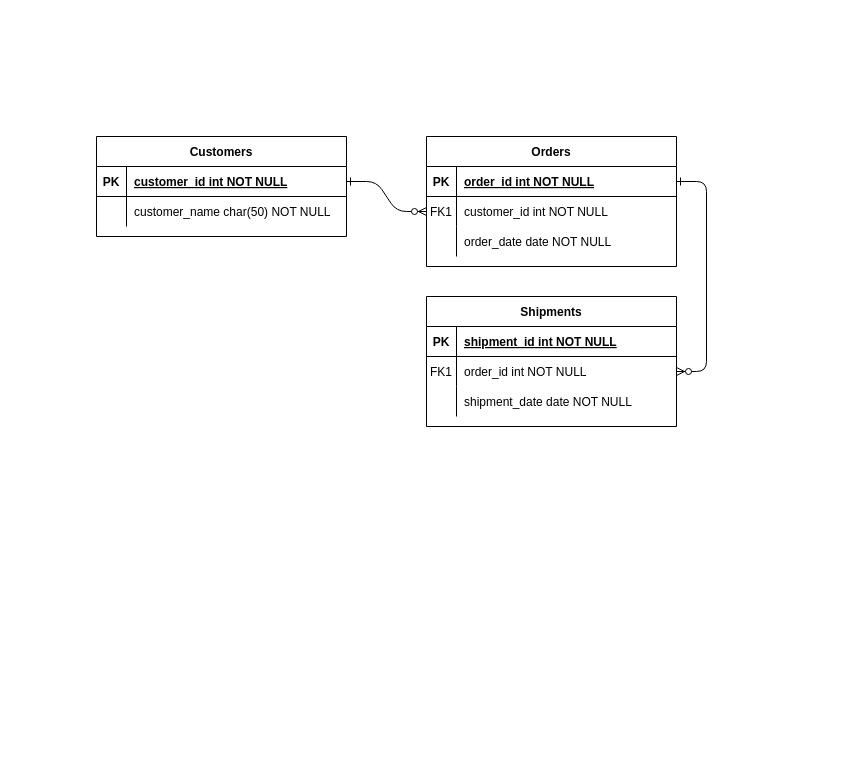
Before: Untitled Diagram.drawio in rubeniriso/gym-app-backend, a draw.io diagram. Source tidied: cells renumbered, new cells numbered last; positions are measured from the earlier drawing's top-left corner, leaving out a move shared by most shapes. Both pictures are drawn from the tidied source at 100%, with x=0, y=0 at pixel (96, 136).
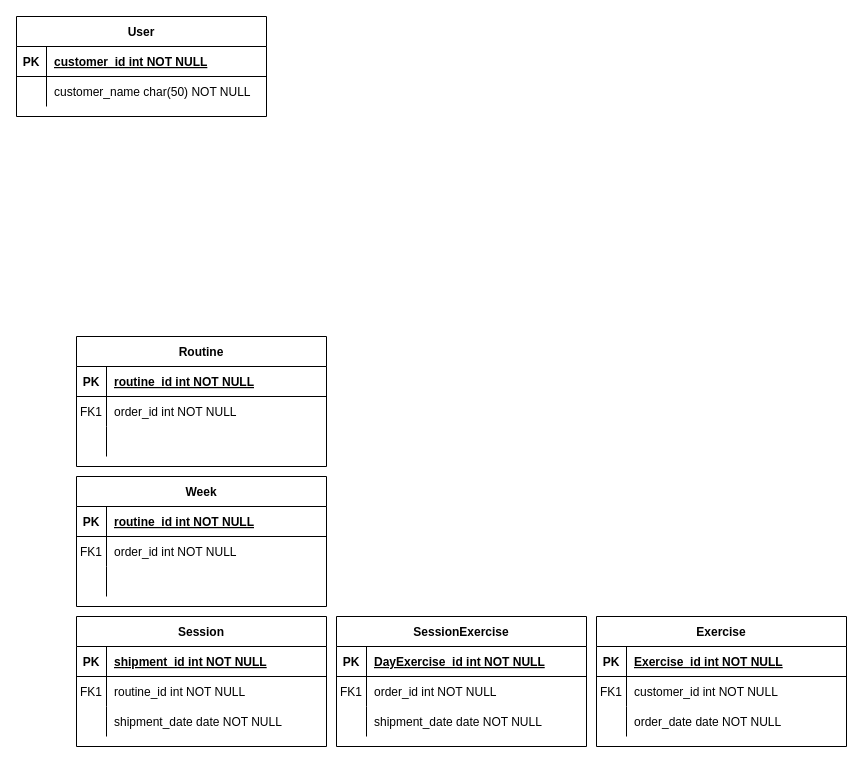
The same diagram, later.

The change refers to these unchanged cells:
```xml
<mxCell id="5" style="shape=partialRectangle;fillColor=none;points=[[0,0.5],[1,0.5]];portConstraint=eastwest;top=0;left=0;right=0;bottom=1;" parent="4" vertex="1">
  <mxGeometry y="30" width="250" height="30" as="geometry" />
</mxCell>
<mxCell id="8" style="shape=partialRectangle;fillColor=none;points=[[0,0.5],[1,0.5]];portConstraint=eastwest;top=0;left=0;right=0;bottom=0;" parent="4" vertex="1">
  <mxGeometry y="60" width="250" height="30" as="geometry" />
</mxCell>
<mxCell id="15" style="shape=partialRectangle;fillColor=none;top=0;left=0;right=0;bottom=1;" parent="14" vertex="1">
  <mxGeometry y="30" width="250" height="30" as="geometry" />
</mxCell>
<mxCell id="18" style="shape=partialRectangle;fillColor=none;points=[[0,0.5],[1,0.5]];portConstraint=eastwest;top=0;left=0;right=0;bottom=0;" parent="14" vertex="1">
  <mxGeometry y="60" width="250" height="30" as="geometry" />
</mxCell>
<mxCell id="21" style="shape=partialRectangle;fillColor=none;top=0;left=0;right=0;bottom=0;" parent="14" vertex="1">
  <mxGeometry y="90" width="250" height="30" as="geometry" />
</mxCell>
<mxCell id="25" style="shape=partialRectangle;fillColor=none;points=[[0,0.5],[1,0.5]];portConstraint=eastwest;top=0;left=0;right=0;bottom=1;" parent="24" vertex="1">
  <mxGeometry y="30" width="250" height="30" as="geometry" />
</mxCell>
```

What changed in the source:
```diff
@@
-    <mxCell id="2" style="edgeStyle=entityRelationEdgeStyle;endArrow=ERzeroToMany;startArrow=ERone;endFill=1;startFill=0;" parent="1" edge="1" source="25" target="8">
-      <mxGeometry relative="1" as="geometry" />
-    </mxCell>
-    <mxCell id="3" style="edgeStyle=entityRelationEdgeStyle;endArrow=ERzeroToMany;startArrow=ERone;endFill=1;startFill=0;" parent="1" edge="1" source="5" target="18">
-      <mxGeometry relative="1" as="geometry" />
-    </mxCell>
-    <mxCell id="4" value="Orders" style="shape=table;startSize=30;childLayout=tableLayout;rowLines=0;fontStyle=1;align=center;" parent="1" vertex="1">
-      <mxGeometry x="330" width="250" height="130" as="geometry" />
+    <mxCell id="4" value="Exercise" style="shape=table;startSize=30;childLayout=tableLayout;rowLines=0;fontStyle=1;align=center;" parent="1" vertex="1">
+      <mxGeometry x="500" y="480" width="250" height="130" as="geometry" />
     </mxCell>
@@
-    <mxCell id="7" value="order_id int NOT NULL " style="shape=partialRectangle;overflow=hidden;fillColor=none;top=0;left=0;bottom=0;right=0;align=left;spacingLeft=6;fontStyle=5;" parent="5" vertex="1">
+    <mxCell id="7" value="Exercise_id int NOT NULL " style="shape=partialRectangle;overflow=hidden;fillColor=none;top=0;left=0;bottom=0;right=0;align=left;spacingLeft=6;fontStyle=5;" parent="5" vertex="1">
       <mxGeometry x="30" width="220" height="30" as="geometry" />
     </mxCell>
@@
-    <mxCell id="14" value="Shipments" style="shape=table;startSize=30;childLayout=tableLayout;rowLines=0;fontStyle=1;align=center;" parent="1" vertex="1">
-      <mxGeometry x="330" y="160" width="250" height="130" as="geometry" />
+    <mxCell id="14" value="Routine" style="shape=table;startSize=30;childLayout=tableLayout;rowLines=0;fontStyle=1;align=center;" parent="1" vertex="1">
+      <mxGeometry x="-20" y="200" width="250" height="130" as="geometry" />
     </mxCell>
@@
-    <mxCell id="17" value="shipment_id int NOT NULL " style="shape=partialRectangle;overflow=hidden;fillColor=none;top=0;left=0;bottom=0;right=0;align=left;spacingLeft=6;fontStyle=5;" parent="15" vertex="1">
+    <mxCell id="17" value="routine_id int NOT NULL " style="shape=partialRectangle;overflow=hidden;fillColor=none;top=0;left=0;bottom=0;right=0;align=left;spacingLeft=6;fontStyle=5;" parent="15" vertex="1">
       <mxGeometry x="30" width="220" height="30" as="geometry" />
     </mxCell>
@@
-    <mxCell id="23" value="shipment_date date NOT NULL" style="shape=partialRectangle;overflow=hidden;fillColor=none;top=0;left=0;bottom=0;right=0;align=left;spacingLeft=6;" parent="21" vertex="1">
+    <mxCell id="23" style="shape=partialRectangle;overflow=hidden;fillColor=none;top=0;left=0;bottom=0;right=0;align=left;spacingLeft=6;" parent="21" vertex="1">
       <mxGeometry x="30" width="220" height="30" as="geometry" />
     </mxCell>
-    <mxCell id="24" value="Customers" style="shape=table;startSize=30;childLayout=tableLayout;rowLines=0;fontStyle=1;align=center;" parent="1" vertex="1">
-      <mxGeometry width="250" height="100" as="geometry" />
+    <mxCell id="24" value="User" style="shape=table;startSize=30;childLayout=tableLayout;rowLines=0;fontStyle=1;align=center;" parent="1" vertex="1">
+      <mxGeometry x="-80" y="-120" width="250" height="100" as="geometry" />
     </mxCell>
@@
+    <mxCell id="31" value="Session" style="shape=table;startSize=30;childLayout=tableLayout;rowLines=0;fontStyle=1;align=center;" parent="1" vertex="1">
+      <mxGeometry x="-20" y="480" width="250" height="130" as="geometry" />
+    </mxCell>
+    <mxCell id="32" style="shape=partialRectangle;fillColor=none;top=0;left=0;right=0;bottom=1;" parent="31" vertex="1">
+      <mxGeometry y="30" width="250" height="30" as="geometry" />
+    </mxCell>
+    <mxCell id="33" value="PK" style="shape=partialRectangle;overflow=hidden;fillColor=none;top=0;left=0;bottom=0;right=0;fontStyle=1;" parent="32" vertex="1">
+      <mxGeometry width="30" height="30" as="geometry" />
+    </mxCell>
+    <mxCell id="34" value="shipment_id int NOT NULL " style="shape=partialRectangle;overflow=hidden;fillColor=none;top=0;left=0;bottom=0;right=0;align=left;spacingLeft=6;fontStyle=5;" parent="32" vertex="1">
+      <mxGeometry x="30" width="220" height="30" as="geometry" />
+    </mxCell>
+    <mxCell id="35" style="shape=partialRectangle;fillColor=none;top=0;left=0;right=0;bottom=0;" parent="31" vertex="1">
+      <mxGeometry y="60" width="250" height="30" as="geometry" />
+    </mxCell>
+    <mxCell id="36" value="FK1" style="shape=partialRectangle;overflow=hidden;fillColor=none;top=0;left=0;bottom=0;right=0;" parent="35" vertex="1">
+      <mxGeometry width="30" height="30" as="geometry" />
+    </mxCell>
+    <mxCell id="37" value="routine_id int NOT NULL" style="shape=partialRectangle;overflow=hidden;fillColor=none;top=0;left=0;bottom=0;right=0;align=left;spacingLeft=6;" parent="35" vertex="1">
+      <mxGeometry x="30" width="220" height="30" as="geometry" />
+    </mxCell>
+    <mxCell id="38" style="shape=partialRectangle;fillColor=none;top=0;left=0;right=0;bottom=0;" parent="31" vertex="1">
+      <mxGeometry y="90" width="250" height="30" as="geometry" />
+    </mxCell>
+    <mxCell id="39" style="shape=partialRectangle;overflow=hidden;fillColor=none;top=0;left=0;bottom=0;right=0;" parent="38" vertex="1">
+      <mxGeometry width="30" height="30" as="geometry" />
+    </mxCell>
+    <mxCell id="40" value="shipment_date date NOT NULL" style="shape=partialRectangle;overflow=hidden;fillColor=none;top=0;left=0;bottom=0;right=0;align=left;spacingLeft=6;" parent="38" vertex="1">
+      <mxGeometry x="30" width="220" height="30" as="geometry" />
+    </mxCell>
+    <mxCell id="41" value="SessionExercise" style="shape=table;startSize=30;childLayout=tableLayout;rowLines=0;fontStyle=1;align=center;" parent="1" vertex="1">
+      <mxGeometry x="240" y="480" width="250" height="130" as="geometry" />
+    </mxCell>
+    <mxCell id="42" style="shape=partialRectangle;fillColor=none;top=0;left=0;right=0;bottom=1;" parent="41" vertex="1">
+      <mxGeometry y="30" width="250" height="30" as="geometry" />
+    </mxCell>
+    <mxCell id="43" value="PK" style="shape=partialRectangle;overflow=hidden;fillColor=none;top=0;left=0;bottom=0;right=0;fontStyle=1;" parent="42" vertex="1">
+      <mxGeometry width="30" height="30" as="geometry" />
+    </mxCell>
+    <mxCell id="44" value="DayExercise_id int NOT NULL " style="shape=partialRectangle;overflow=hidden;fillColor=none;top=0;left=0;bottom=0;right=0;align=left;spacingLeft=6;fontStyle=5;" parent="42" vertex="1">
+      <mxGeometry x="30" width="220" height="30" as="geometry" />
+    </mxCell>
+    <mxCell id="45" style="shape=partialRectangle;fillColor=none;top=0;left=0;right=0;bottom=0;" parent="41" vertex="1">
+      <mxGeometry y="60" width="250" height="30" as="geometry" />
+    </mxCell>
+    <mxCell id="46" value="FK1" style="shape=partialRectangle;overflow=hidden;fillColor=none;top=0;left=0;bottom=0;right=0;" parent="45" vertex="1">
+      <mxGeometry width="30" height="30" as="geometry" />
+    </mxCell>
+    <mxCell id="47" value="order_id int NOT NULL" style="shape=partialRectangle;overflow=hidden;fillColor=none;top=0;left=0;bottom=0;right=0;align=left;spacingLeft=6;" parent="45" vertex="1">
+      <mxGeometry x="30" width="220" height="30" as="geometry" />
+    </mxCell>
+    <mxCell id="48" style="shape=partialRectangle;fillColor=none;top=0;left=0;right=0;bottom=0;" parent="41" vertex="1">
+      <mxGeometry y="90" width="250" height="30" as="geometry" />
+    </mxCell>
+    <mxCell id="49" style="shape=partialRectangle;overflow=hidden;fillColor=none;top=0;left=0;bottom=0;right=0;" parent="48" vertex="1">
+      <mxGeometry width="30" height="30" as="geometry" />
+    </mxCell>
+    <mxCell id="50" value="shipment_date date NOT NULL" style="shape=partialRectangle;overflow=hidden;fillColor=none;top=0;left=0;bottom=0;right=0;align=left;spacingLeft=6;" parent="48" vertex="1">
+      <mxGeometry x="30" width="220" height="30" as="geometry" />
+    </mxCell>
+    <mxCell id="51" value="Week" style="shape=table;startSize=30;childLayout=tableLayout;rowLines=0;fontStyle=1;align=center;" parent="1" vertex="1">
+      <mxGeometry x="-20" y="340" width="250" height="130" as="geometry" />
+    </mxCell>
+    <mxCell id="52" style="shape=partialRectangle;fillColor=none;top=0;left=0;right=0;bottom=1;" parent="51" vertex="1">
+      <mxGeometry y="30" width="250" height="30" as="geometry" />
+    </mxCell>
+    <mxCell id="53" value="PK" style="shape=partialRectangle;overflow=hidden;fillColor=none;top=0;left=0;bottom=0;right=0;fontStyle=1;" parent="52" vertex="1">
+      <mxGeometry width="30" height="30" as="geometry" />
+    </mxCell>
+    <mxCell id="54" value="routine_id int NOT NULL " style="shape=partialRectangle;overflow=hidden;fillColor=none;top=0;left=0;bottom=0;right=0;align=left;spacingLeft=6;fontStyle=5;" parent="52" vertex="1">
+      <mxGeometry x="30" width="220" height="30" as="geometry" />
+    </mxCell>
+    <mxCell id="55" style="shape=partialRectangle;fillColor=none;top=0;left=0;right=0;bottom=0;" parent="51" vertex="1">
+      <mxGeometry y="60" width="250" height="30" as="geometry" />
+    </mxCell>
+    <mxCell id="56" value="FK1" style="shape=partialRectangle;overflow=hidden;fillColor=none;top=0;left=0;bottom=0;right=0;" parent="55" vertex="1">
+      <mxGeometry width="30" height="30" as="geometry" />
+    </mxCell>
+    <mxCell id="57" value="order_id int NOT NULL" style="shape=partialRectangle;overflow=hidden;fillColor=none;top=0;left=0;bottom=0;right=0;align=left;spacingLeft=6;" parent="55" vertex="1">
+      <mxGeometry x="30" width="220" height="30" as="geometry" />
+    </mxCell>
+    <mxCell id="58" style="shape=partialRectangle;fillColor=none;top=0;left=0;right=0;bottom=0;" parent="51" vertex="1">
+      <mxGeometry y="90" width="250" height="30" as="geometry" />
+    </mxCell>
+    <mxCell id="59" style="shape=partialRectangle;overflow=hidden;fillColor=none;top=0;left=0;bottom=0;right=0;" parent="58" vertex="1">
+      <mxGeometry width="30" height="30" as="geometry" />
+    </mxCell>
+    <mxCell id="60" style="shape=partialRectangle;overflow=hidden;fillColor=none;top=0;left=0;bottom=0;right=0;align=left;spacingLeft=6;" parent="58" vertex="1">
+      <mxGeometry x="30" width="220" height="30" as="geometry" />
+    </mxCell>
```
